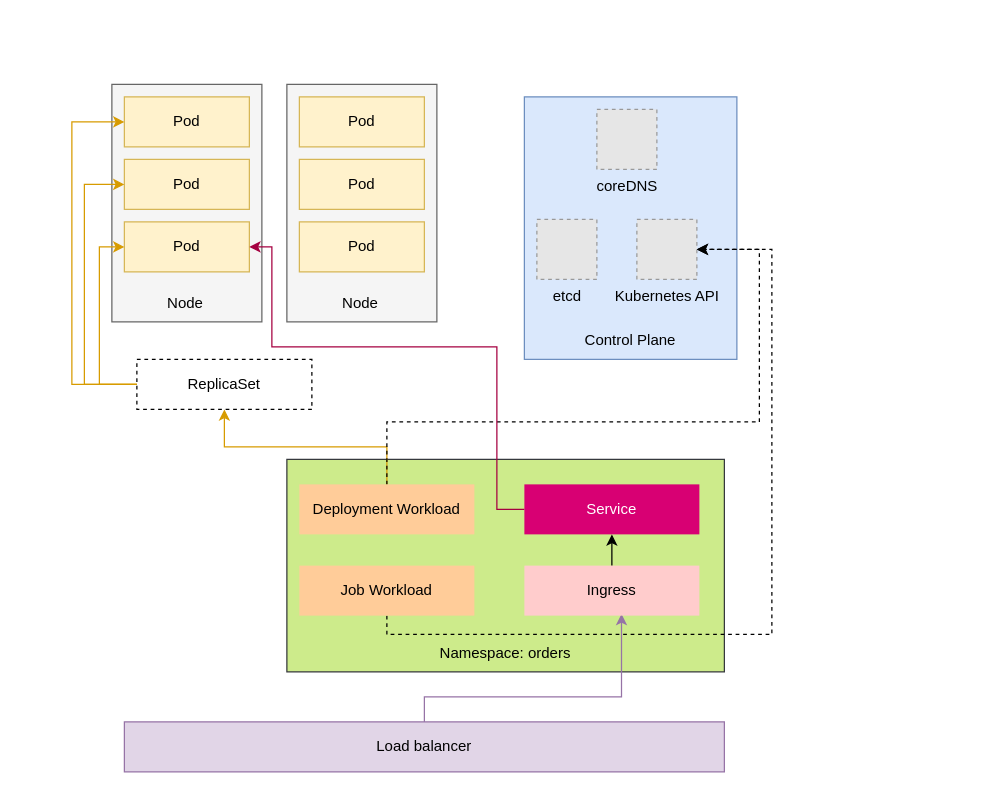
This is ch14.drawio from abunuwas/microservices-apis-img, a draw.io file, before an edit. Source tidied: cells renumbered, new cells numbered last; positions are measured from the earlier drawing's top-left corner, leaving out a move shared by most shapes. Both pictures are drawn from the tidied source at 125%, with x=0, y=0 at pixel (71, 84). Pictures stored in the file or linked from it are replaced by grey dashed boxes.
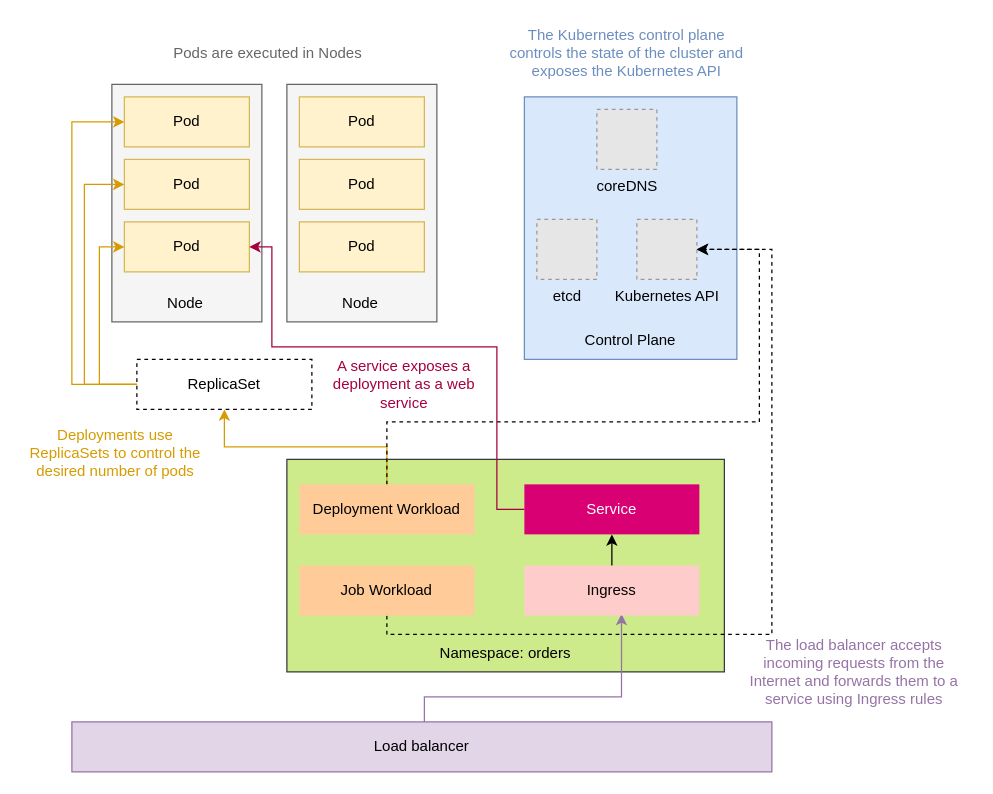
Above is the later version.

The edit, as a diff of the source:
```diff
@@
-    <mxCell id="10" value="Deployment Workload" style="rounded=0;whiteSpace=wrap;html=1;fillColor=#ffcc99;strokeColor=none;" parent="1" vertex="1">
+    <mxCell id="10" value="Deployment Workload" style="rounded=0;whiteSpace=wrap;html=1;fillColor=#ffcc99;strokeColor=none;gradientColor=none;" parent="1" vertex="1">
       <mxGeometry x="182" y="320" width="140" height="40" as="geometry" />
     </mxCell>
@@
     <mxCell id="27" value="Load balancer" style="rounded=0;whiteSpace=wrap;html=1;strokeColor=#9673a6;fillColor=#e1d5e7;" parent="1" vertex="1">
-      <mxGeometry x="42" y="510" width="480" height="40" as="geometry" />
+      <mxGeometry y="510" width="560" height="40" as="geometry" />
     </mxCell>
@@
+    <mxCell id="34" value="Deployments use ReplicaSets to control the desired number of pods" style="text;html=1;strokeColor=none;fillColor=none;align=center;verticalAlign=middle;whiteSpace=wrap;rounded=0;dashed=1;labelBackgroundColor=none;fontColor=#D79B00;" parent="1" vertex="1">
+      <mxGeometry x="-40" y="270" width="150" height="50" as="geometry" />
+    </mxCell>
+    <mxCell id="35" value="Pods are executed in Nodes" style="text;html=1;strokeColor=none;fillColor=none;align=center;verticalAlign=middle;whiteSpace=wrap;rounded=0;dashed=1;labelBackgroundColor=none;fontColor=#666666;" parent="1" vertex="1">
+      <mxGeometry x="42" y="-40" width="230" height="30" as="geometry" />
+    </mxCell>
+    <mxCell id="36" value="The Kubernetes control plane controls the state of the cluster and exposes the Kubernetes API" style="text;html=1;strokeColor=none;fillColor=none;align=center;verticalAlign=middle;whiteSpace=wrap;rounded=0;dashed=1;labelBackgroundColor=none;fontColor=#6C8EBF;" parent="1" vertex="1">
+      <mxGeometry x="345" y="-50" width="198" height="50" as="geometry" />
+    </mxCell>
+    <mxCell id="37" value="A service exposes a deployment as a web service" style="text;html=1;strokeColor=none;fillColor=none;align=center;verticalAlign=middle;whiteSpace=wrap;rounded=0;dashed=1;labelBackgroundColor=none;fontColor=#A50040;" parent="1" vertex="1">
+      <mxGeometry x="202" y="220" width="128" height="40" as="geometry" />
+    </mxCell>
+    <mxCell id="38" value="The load balancer accepts incoming requests from the Internet and forwards them to a service using Ingress rules" style="text;html=1;strokeColor=none;fillColor=none;align=center;verticalAlign=middle;whiteSpace=wrap;rounded=0;dashed=1;labelBackgroundColor=none;fontColor=#9673A6;" parent="1" vertex="1">
+      <mxGeometry x="532" y="450" width="188" height="40" as="geometry" />
+    </mxCell>
```
